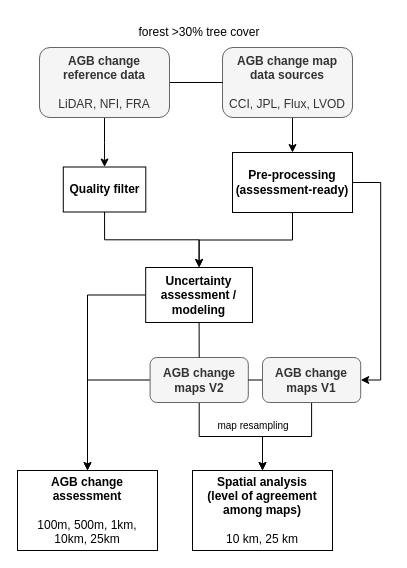
This is paper2.drawio from arnanaraza/diagrams, a draw.io file, before an edit. Source tidied: cells renumbered, new cells numbered last; positions are measured from the earlier drawing's top-left corner, leaving out a move shared by most shapes. Both pictures are drawn from the tidied source at 100%, with x=0, y=0 at pixel (17, 17).
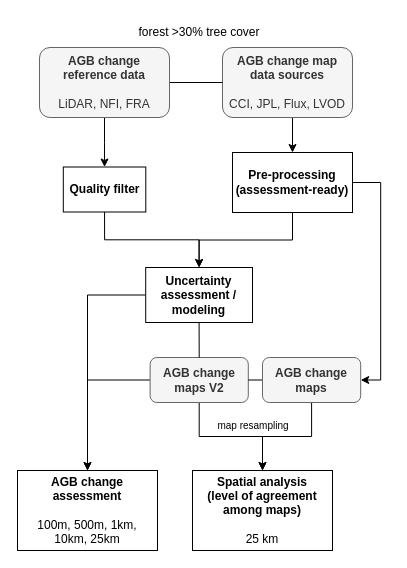
After the change.

Change to the diagram source:
```diff
@@
-    <mxCell id="9" value="&lt;b&gt;Spatial analysis &lt;br&gt;(level of agreement among maps)&lt;br&gt;&lt;/b&gt;&lt;br&gt;10 km, 25 km" style="rounded=0;whiteSpace=wrap;html=1;" parent="1" vertex="1">
+    <mxCell id="9" value="&lt;b&gt;Spatial analysis &lt;br&gt;(level of agreement among maps)&lt;br&gt;&lt;/b&gt;&lt;br&gt;25 km" style="rounded=0;whiteSpace=wrap;html=1;" parent="1" vertex="1">
       <mxGeometry x="175" y="453" width="140" height="80" as="geometry" />
     </mxCell>
@@
-    <mxCell id="23" value="&lt;b&gt;AGB change maps V1&lt;br&gt;&lt;/b&gt;" style="rounded=1;whiteSpace=wrap;html=1;fillColor=#f5f5f5;strokeColor=#666666;fontColor=#333333;" parent="1" vertex="1">
+    <mxCell id="23" value="&lt;b&gt;AGB change maps&lt;br&gt;&lt;/b&gt;" style="rounded=1;whiteSpace=wrap;html=1;fillColor=#f5f5f5;strokeColor=#666666;fontColor=#333333;" parent="1" vertex="1">
       <mxGeometry x="245" y="340" width="98.2" height="45" as="geometry" />
     </mxCell>
```
